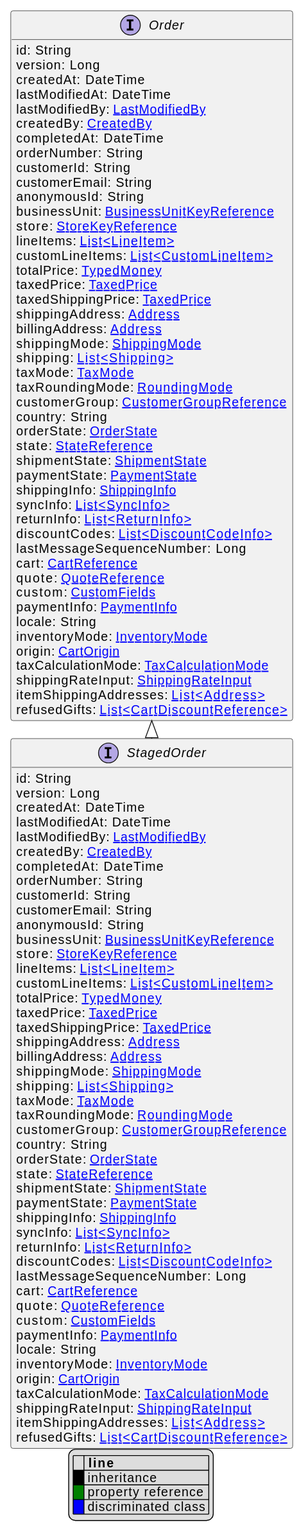
Before: uml/api/svg/StagedOrder.svg, a diagram exported from PlantUML (commercetools/commercetools-api-reference). Source of this version:
```plantuml
@startuml
!pragma layout elk
hide empty fields
hide empty methods
legend
|= |= line |
|<back:black>   </back>| inheritance |
|<back:green>   </back>| property reference |
|<back:blue>   </back>| discriminated class |
endlegend
interface StagedOrder [[StagedOrder.svg]] extends Order {
    id: String
    version: Long
    createdAt: DateTime
    lastModifiedAt: DateTime
    lastModifiedBy: [[LastModifiedBy.svg LastModifiedBy]]
    createdBy: [[CreatedBy.svg CreatedBy]]
    completedAt: DateTime
    orderNumber: String
    customerId: String
    customerEmail: String
    anonymousId: String
    businessUnit: [[BusinessUnitKeyReference.svg BusinessUnitKeyReference]]
    store: [[StoreKeyReference.svg StoreKeyReference]]
    lineItems: [[LineItem.svg List<LineItem>]]
    customLineItems: [[CustomLineItem.svg List<CustomLineItem>]]
    totalPrice: [[TypedMoney.svg TypedMoney]]
    taxedPrice: [[TaxedPrice.svg TaxedPrice]]
    taxedShippingPrice: [[TaxedPrice.svg TaxedPrice]]
    shippingAddress: [[Address.svg Address]]
    billingAddress: [[Address.svg Address]]
    shippingMode: [[ShippingMode.svg ShippingMode]]
    shipping: [[Shipping.svg List<Shipping>]]
    taxMode: [[TaxMode.svg TaxMode]]
    taxRoundingMode: [[RoundingMode.svg RoundingMode]]
    customerGroup: [[CustomerGroupReference.svg CustomerGroupReference]]
    country: String
    orderState: [[OrderState.svg OrderState]]
    state: [[StateReference.svg StateReference]]
    shipmentState: [[ShipmentState.svg ShipmentState]]
    paymentState: [[PaymentState.svg PaymentState]]
    shippingInfo: [[ShippingInfo.svg ShippingInfo]]
    syncInfo: [[SyncInfo.svg List<SyncInfo>]]
    returnInfo: [[ReturnInfo.svg List<ReturnInfo>]]
    discountCodes: [[DiscountCodeInfo.svg List<DiscountCodeInfo>]]
    lastMessageSequenceNumber: Long
    cart: [[CartReference.svg CartReference]]
    quote: [[QuoteReference.svg QuoteReference]]
    custom: [[CustomFields.svg CustomFields]]
    paymentInfo: [[PaymentInfo.svg PaymentInfo]]
    locale: String
    inventoryMode: [[InventoryMode.svg InventoryMode]]
    origin: [[CartOrigin.svg CartOrigin]]
    taxCalculationMode: [[TaxCalculationMode.svg TaxCalculationMode]]
    shippingRateInput: [[ShippingRateInput.svg ShippingRateInput]]
    itemShippingAddresses: [[Address.svg List<Address>]]
    refusedGifts: [[CartDiscountReference.svg List<CartDiscountReference>]]
}
interface Order [[Order.svg]]  {
    id: String
    version: Long
    createdAt: DateTime
    lastModifiedAt: DateTime
    lastModifiedBy: [[LastModifiedBy.svg LastModifiedBy]]
    createdBy: [[CreatedBy.svg CreatedBy]]
    completedAt: DateTime
    orderNumber: String
    customerId: String
    customerEmail: String
    anonymousId: String
    businessUnit: [[BusinessUnitKeyReference.svg BusinessUnitKeyReference]]
    store: [[StoreKeyReference.svg StoreKeyReference]]
    lineItems: [[LineItem.svg List<LineItem>]]
    customLineItems: [[CustomLineItem.svg List<CustomLineItem>]]
    totalPrice: [[TypedMoney.svg TypedMoney]]
    taxedPrice: [[TaxedPrice.svg TaxedPrice]]
    taxedShippingPrice: [[TaxedPrice.svg TaxedPrice]]
    shippingAddress: [[Address.svg Address]]
    billingAddress: [[Address.svg Address]]
    shippingMode: [[ShippingMode.svg ShippingMode]]
    shipping: [[Shipping.svg List<Shipping>]]
    taxMode: [[TaxMode.svg TaxMode]]
    taxRoundingMode: [[RoundingMode.svg RoundingMode]]
    customerGroup: [[CustomerGroupReference.svg CustomerGroupReference]]
    country: String
    orderState: [[OrderState.svg OrderState]]
    state: [[StateReference.svg StateReference]]
    shipmentState: [[ShipmentState.svg ShipmentState]]
    paymentState: [[PaymentState.svg PaymentState]]
    shippingInfo: [[ShippingInfo.svg ShippingInfo]]
    syncInfo: [[SyncInfo.svg List<SyncInfo>]]
    returnInfo: [[ReturnInfo.svg List<ReturnInfo>]]
    discountCodes: [[DiscountCodeInfo.svg List<DiscountCodeInfo>]]
    lastMessageSequenceNumber: Long
    cart: [[CartReference.svg CartReference]]
    quote: [[QuoteReference.svg QuoteReference]]
    custom: [[CustomFields.svg CustomFields]]
    paymentInfo: [[PaymentInfo.svg PaymentInfo]]
    locale: String
    inventoryMode: [[InventoryMode.svg InventoryMode]]
    origin: [[CartOrigin.svg CartOrigin]]
    taxCalculationMode: [[TaxCalculationMode.svg TaxCalculationMode]]
    shippingRateInput: [[ShippingRateInput.svg ShippingRateInput]]
    itemShippingAddresses: [[Address.svg List<Address>]]
    refusedGifts: [[CartDiscountReference.svg List<CartDiscountReference>]]
}





@enduml
```
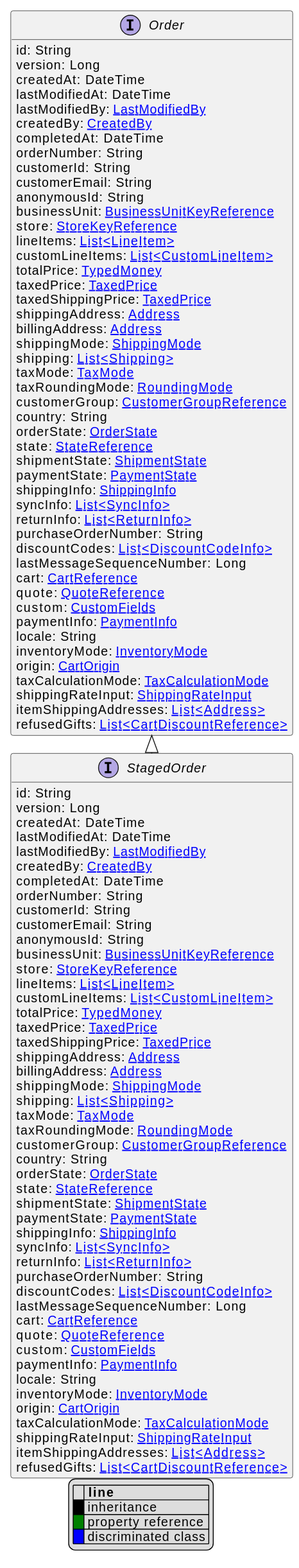
After the change.

Diff of the diagram source:
```diff
@@ -42,6 +42,7 @@
     shippingInfo: [[ShippingInfo.svg ShippingInfo]]
     syncInfo: [[SyncInfo.svg List<SyncInfo>]]
     returnInfo: [[ReturnInfo.svg List<ReturnInfo>]]
+    purchaseOrderNumber: String
     discountCodes: [[DiscountCodeInfo.svg List<DiscountCodeInfo>]]
     lastMessageSequenceNumber: Long
     cart: [[CartReference.svg CartReference]]
@@ -90,6 +91,7 @@
     shippingInfo: [[ShippingInfo.svg ShippingInfo]]
     syncInfo: [[SyncInfo.svg List<SyncInfo>]]
     returnInfo: [[ReturnInfo.svg List<ReturnInfo>]]
+    purchaseOrderNumber: String
     discountCodes: [[DiscountCodeInfo.svg List<DiscountCodeInfo>]]
     lastMessageSequenceNumber: Long
     cart: [[CartReference.svg CartReference]]
```
